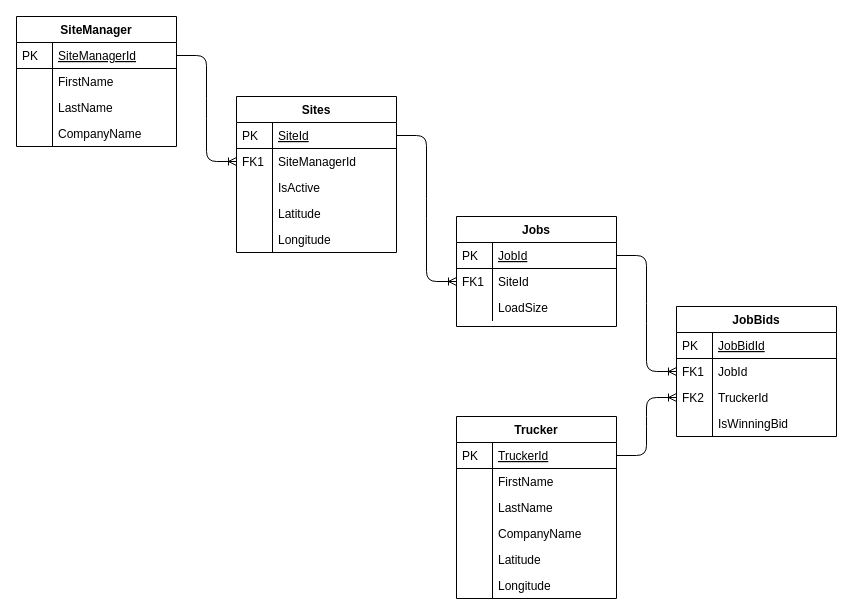
The draw.io diagram ER Diagram.drawio in kkuop/linking-logs, before the edit. Source tidied: cells renumbered, new cells numbered last; positions are measured from the earlier drawing's top-left corner, leaving out a move shared by most shapes. Both pictures are drawn from the tidied source at 100%, with x=0, y=0 at pixel (16, 16).
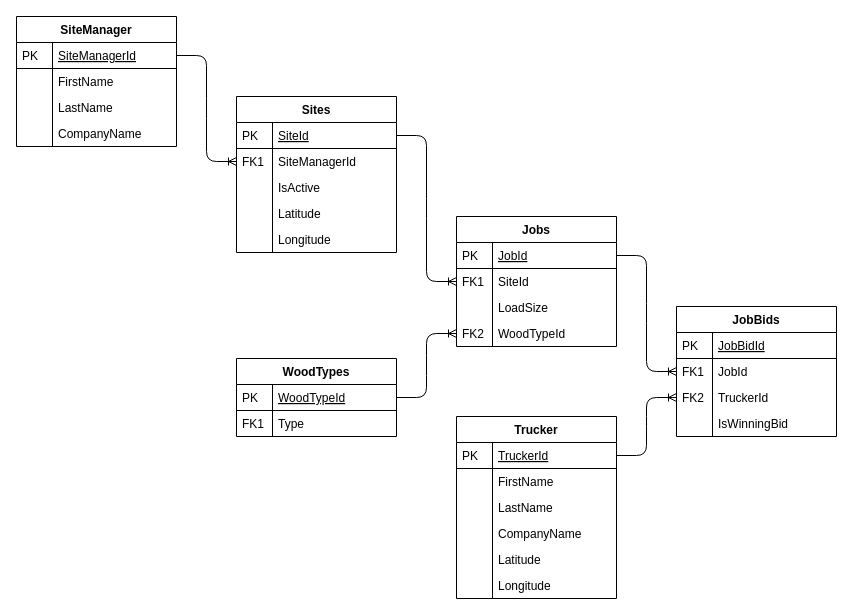
The same page after the edit.

What changed in the source:
```diff
@@
     <mxCell id="35" value="Jobs" style="swimlane;fontStyle=1;horizontal=1;startSize=26;rounded=0;shadow=0;strokeWidth=1;" parent="1" vertex="1">
-      <mxGeometry x="440" y="200" width="160" height="110" as="geometry" />
+      <mxGeometry x="440" y="200" width="160" height="130" as="geometry" />
     </mxCell>
@@
+    <mxCell id="55" value="WoodTypeId" style="shape=partialRectangle;top=0;left=0;right=0;bottom=0;align=left;verticalAlign=top;fillColor=none;spacingLeft=40;spacingRight=4;overflow=hidden;points=[[0,0.5],[1,0.5]];portConstraint=eastwest;rounded=0;shadow=0;strokeWidth=1;" parent="35" vertex="1">
+      <mxGeometry y="104" width="160" height="26" as="geometry" />
+    </mxCell>
+    <mxCell id="56" value="FK2" style="shape=partialRectangle;top=0;left=0;bottom=0;fillColor=none;align=left;verticalAlign=top;spacingLeft=4;spacingRight=4;overflow=hidden;" parent="55" vertex="1">
+      <mxGeometry width="36" height="26" as="geometry" />
+    </mxCell>
@@
+    <mxCell id="57" style="edgeStyle=entityRelationEdgeStyle;fontSize=12;html=1;endArrow=ERoneToMany;entryX=0;entryY=0.5;entryDx=0;entryDy=0;exitX=1;exitY=0.5;exitDx=0;exitDy=0;" parent="1" edge="1" source="59" target="55">
+      <mxGeometry relative="1" as="geometry" />
+    </mxCell>
+    <mxCell id="58" value="WoodTypes" style="swimlane;fontStyle=1;horizontal=1;startSize=26;rounded=0;shadow=0;strokeWidth=1;" parent="1" vertex="1">
+      <mxGeometry x="220" y="342" width="160" height="78" as="geometry" />
+    </mxCell>
+    <mxCell id="59" value="WoodTypeId" style="shape=partialRectangle;top=0;left=0;right=0;bottom=1;align=left;verticalAlign=top;fillColor=none;spacingLeft=40;spacingRight=4;overflow=hidden;points=[[0,0.5],[1,0.5]];portConstraint=eastwest;rounded=0;shadow=0;strokeWidth=1;fontStyle=4;" parent="58" vertex="1">
+      <mxGeometry y="26" width="160" height="26" as="geometry" />
+    </mxCell>
+    <mxCell id="60" value="PK" style="shape=partialRectangle;top=0;left=0;bottom=0;fillColor=none;align=left;verticalAlign=top;spacingLeft=4;spacingRight=4;overflow=hidden;" parent="59" vertex="1">
+      <mxGeometry width="36" height="26" as="geometry" />
+    </mxCell>
+    <mxCell id="61" value="Type" style="shape=partialRectangle;top=0;left=0;right=0;bottom=0;align=left;verticalAlign=top;fillColor=none;spacingLeft=40;spacingRight=4;overflow=hidden;rounded=0;shadow=0;strokeWidth=1;" parent="58" vertex="1">
+      <mxGeometry y="52" width="160" height="26" as="geometry" />
+    </mxCell>
+    <mxCell id="62" value="FK1" style="shape=partialRectangle;top=0;left=0;bottom=0;fillColor=none;align=left;verticalAlign=top;spacingLeft=4;spacingRight=4;overflow=hidden;" parent="61" vertex="1">
+      <mxGeometry width="36" height="26" as="geometry" />
+    </mxCell>
```
